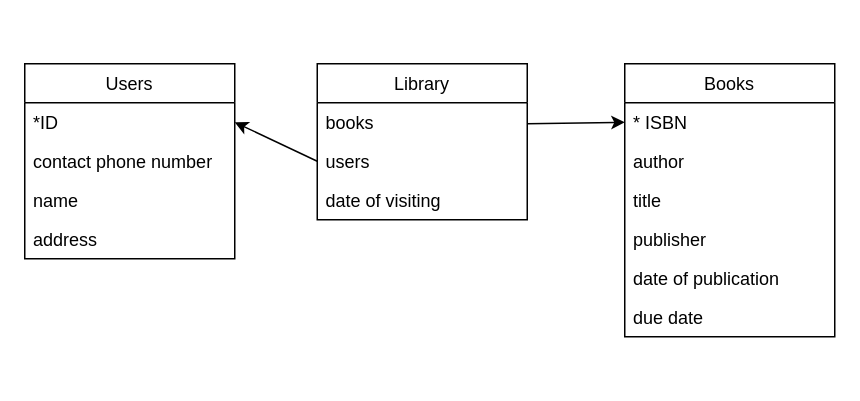
This is Untitled Diagram.drawio from Ziqi222/name.c, a draw.io file, before an edit. Source tidied: cells renumbered, new cells numbered last; positions are measured from the earlier drawing's top-left corner, leaving out a move shared by most shapes. Both pictures are drawn from the tidied source at 150%, with x=0, y=0 at pixel (24, 63).
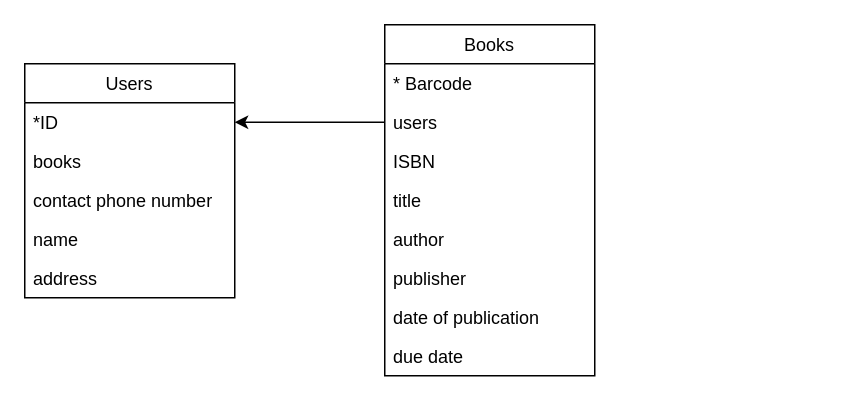
Above is the later version.

Diff of the diagram source:
```diff
@@
-    <mxCell id="2" value="Library" style="swimlane;fontStyle=0;horizontal=1;startSize=26;fillColor=none;" parent="1" vertex="1">
-      <mxGeometry x="195" width="140" height="104" as="geometry" />
-    </mxCell>
-    <mxCell id="3" value="books" style="text;strokeColor=none;fillColor=none;align=left;verticalAlign=top;spacingLeft=4;spacingRight=4;overflow=hidden;" parent="2" vertex="1">
-      <mxGeometry y="26" width="140" height="26" as="geometry" />
-    </mxCell>
-    <mxCell id="4" value="users" style="text;strokeColor=none;fillColor=none;align=left;verticalAlign=top;spacingLeft=4;spacingRight=4;overflow=hidden;points=[[0,0.5],[1,0.5]];portConstraint=eastwest;" parent="2" vertex="1">
-      <mxGeometry y="52" width="140" height="26" as="geometry" />
-    </mxCell>
-    <mxCell id="5" value="date of visiting" style="text;strokeColor=none;fillColor=none;align=left;verticalAlign=top;spacingLeft=4;spacingRight=4;overflow=hidden;" parent="2" vertex="1">
-      <mxGeometry y="78" width="140" height="26" as="geometry" />
-    </mxCell>
     <mxCell id="6" value="Users" style="swimlane;fontStyle=0;horizontal=1;startSize=26;fillColor=none;" parent="1" vertex="1">
-      <mxGeometry width="140" height="130" as="geometry" />
+      <mxGeometry width="140" height="156" as="geometry" />
     </mxCell>
@@
+    <mxCell id="3" value="books" style="text;strokeColor=none;fillColor=none;align=left;verticalAlign=top;spacingLeft=4;spacingRight=4;overflow=hidden;" parent="6" vertex="1">
+      <mxGeometry y="52" width="140" height="26" as="geometry" />
+    </mxCell>
     <mxCell id="8" value="contact phone number" style="text;strokeColor=none;fillColor=none;align=left;verticalAlign=top;spacingLeft=4;spacingRight=4;overflow=hidden;" parent="6" vertex="1">
-      <mxGeometry y="52" width="140" height="26" as="geometry" />
+      <mxGeometry y="78" width="140" height="26" as="geometry" />
     </mxCell>
     <mxCell id="9" value="name" style="text;strokeColor=none;fillColor=none;align=left;verticalAlign=top;spacingLeft=4;spacingRight=4;overflow=hidden;" parent="6" vertex="1">
-      <mxGeometry y="78" width="140" height="26" as="geometry" />
+      <mxGeometry y="104" width="140" height="26" as="geometry" />
     </mxCell>
@@
     <mxCell id="11" value="address" style="text;strokeColor=none;fillColor=none;align=left;verticalAlign=top;spacingLeft=4;spacingRight=4;overflow=hidden;" parent="6" vertex="1">
-      <mxGeometry y="104" width="140" height="26" as="geometry" />
+      <mxGeometry y="130" width="140" height="26" as="geometry" />
     </mxCell>
     <mxCell id="12" value="Books" style="swimlane;fontStyle=0;horizontal=1;startSize=26;fillColor=none;" parent="1" vertex="1">
-      <mxGeometry x="400" width="140" height="182" as="geometry" />
+      <mxGeometry x="240" y="-26" width="140" height="234" as="geometry" />
     </mxCell>
+    <mxCell id="15" value="* Barcode" style="text;strokeColor=none;fillColor=none;align=left;verticalAlign=top;spacingLeft=4;spacingRight=4;overflow=hidden;" parent="12" vertex="1">
+      <mxGeometry y="26" width="140" height="26" as="geometry" />
+    </mxCell>
+    <mxCell id="4" value="users" style="text;strokeColor=none;fillColor=none;align=left;verticalAlign=top;spacingLeft=4;spacingRight=4;overflow=hidden;points=[[0,0.5],[1,0.5]];portConstraint=eastwest;" parent="12" vertex="1">
+      <mxGeometry y="52" width="140" height="26" as="geometry" />
+    </mxCell>
-    <mxCell id="13" value="* ISBN" style="text;strokeColor=none;fillColor=none;align=left;verticalAlign=top;spacingLeft=4;spacingRight=4;overflow=hidden;points=[[0,0.5],[1,0.5]];portConstraint=eastwest;" parent="12" vertex="1">
-      <mxGeometry y="26" width="140" height="26" as="geometry" />
+    <mxCell id="13" value="ISBN" style="text;strokeColor=none;fillColor=none;align=left;verticalAlign=top;spacingLeft=4;spacingRight=4;overflow=hidden;points=[[0,0.5],[1,0.5]];portConstraint=eastwest;" parent="12" vertex="1">
+      <mxGeometry y="78" width="140" height="26" as="geometry" />
     </mxCell>
+    <mxCell id="20" value="title" style="text;strokeColor=none;fillColor=none;align=left;verticalAlign=top;spacingLeft=4;spacingRight=4;overflow=hidden;" parent="12" vertex="1">
+      <mxGeometry y="104" width="140" height="26" as="geometry" />
+    </mxCell>
     <mxCell id="14" value="author" style="text;strokeColor=none;fillColor=none;align=left;verticalAlign=top;spacingLeft=4;spacingRight=4;overflow=hidden;" parent="12" vertex="1">
-      <mxGeometry y="52" width="140" height="26" as="geometry" />
+      <mxGeometry y="130" width="140" height="26" as="geometry" />
     </mxCell>
-    <mxCell id="15" value="title" style="text;strokeColor=none;fillColor=none;align=left;verticalAlign=top;spacingLeft=4;spacingRight=4;overflow=hidden;" parent="12" vertex="1">
-      <mxGeometry y="78" width="140" height="26" as="geometry" />
-    </mxCell>
     <mxCell id="16" value="publisher" style="text;strokeColor=none;fillColor=none;align=left;verticalAlign=top;spacingLeft=4;spacingRight=4;overflow=hidden;" parent="12" vertex="1">
-      <mxGeometry y="104" width="140" height="26" as="geometry" />
+      <mxGeometry y="156" width="140" height="26" as="geometry" />
     </mxCell>
     <mxCell id="17" value="date of publication" style="text;strokeColor=none;fillColor=none;align=left;verticalAlign=top;spacingLeft=4;spacingRight=4;overflow=hidden;" parent="12" vertex="1">
-      <mxGeometry y="130" width="140" height="26" as="geometry" />
+      <mxGeometry y="182" width="140" height="26" as="geometry" />
     </mxCell>
     <mxCell id="18" value="due date" style="text;strokeColor=none;fillColor=none;align=left;verticalAlign=top;spacingLeft=4;spacingRight=4;overflow=hidden;" parent="12" vertex="1">
-      <mxGeometry y="156" width="140" height="26" as="geometry" />
+      <mxGeometry y="208" width="140" height="26" as="geometry" />
     </mxCell>
-    <mxCell id="19" style="endArrow=classic;html=1;entryX=0;entryY=0.5;entryDx=0;entryDy=0;" parent="1" edge="1" target="13">
-      <mxGeometry relative="1" as="geometry">
-        <mxPoint x="335" y="40" as="sourcePoint" />
-      </mxGeometry>
-    </mxCell>
```
